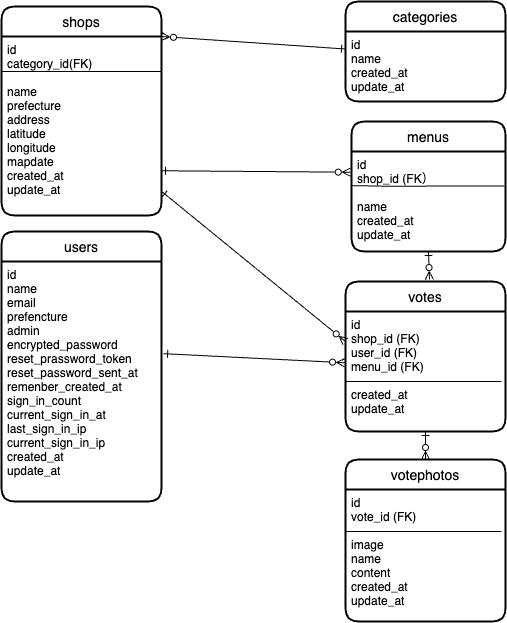
yuko-fu/jimoguru keeps this draw.io diagram as img/jimoguru.png. Above is the earlier version. Source tidied: cells renumbered, new cells last; positions are measured from the earlier drawing's top-left corner, leaving out a move shared by most shapes.
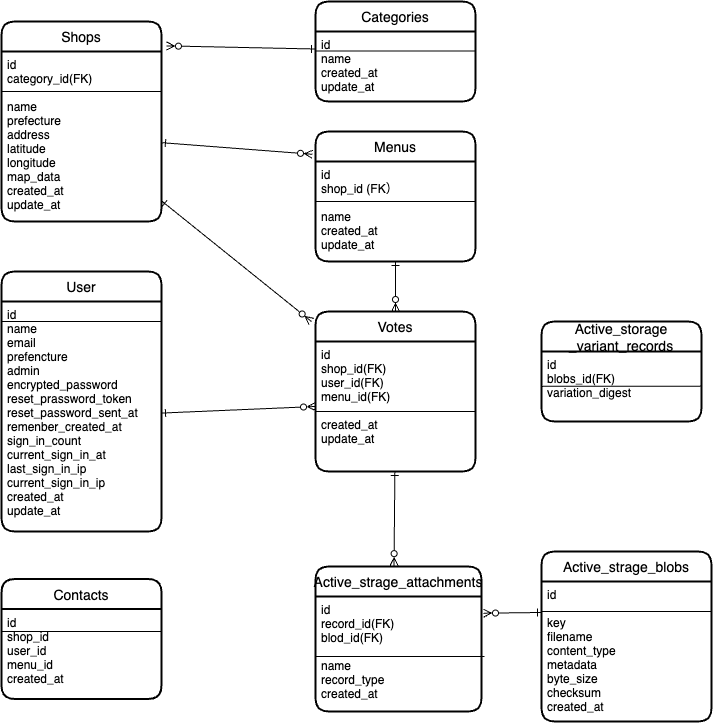
The same diagram one commit later.

Commit message:
before rspec

The edit, as a diff of the source:
```diff
@@ -2,90 +2,153 @@
   <root>
     <mxCell id="0" />
     <mxCell id="1" parent="0" />
-    <mxCell id="2" value="shops" style="swimlane;horizontal=1;startSize=30;rounded=1;fontSize=14;fontStyle=0;strokeWidth=2;shadow=0;dashed=0;align=center;" parent="1" vertex="1">
-      <mxGeometry y="5" width="160" height="209" as="geometry" />
-    </mxCell>
-    <mxCell id="3" style="endArrow=none;html=1;rounded=0;" parent="2" edge="1">
-      <mxGeometry relative="1" as="geometry">
-        <mxPoint y="65" as="sourcePoint" />
-        <mxPoint x="160" y="65" as="targetPoint" />
-      </mxGeometry>
-    </mxCell>
-    <mxCell id="4" value="id&#10;category_id(FK)&#10;&#10;name&#10;prefecture&#10;address&#10;latitude&#10;longitude&#10;mapdate&#10;created_at&#10;update_at" style="align=left;strokeColor=none;fillColor=none;spacingLeft=4;fontSize=12;verticalAlign=top;" parent="2" vertex="1">
-      <mxGeometry y="30" width="160" height="179" as="geometry" />
-    </mxCell>
-    <mxCell id="5" value="categories" style="swimlane;horizontal=1;startSize=30;rounded=1;fontSize=14;fontStyle=0;strokeWidth=2;shadow=0;dashed=0;align=center;" parent="1" vertex="1">
-      <mxGeometry x="344" width="160" height="100" as="geometry" />
-    </mxCell>
+    <mxCell id="24" value="Shops" style="swimlane;horizontal=1;startSize=30;rounded=1;fontSize=14;fontStyle=0;strokeWidth=2;shadow=0;dashed=0;align=center;" parent="1" vertex="1">
+      <mxGeometry x="30" width="160" height="200" as="geometry" />
+    </mxCell>
+    <mxCell id="25" value="id&#10;category_id(FK)&#10;&#10;name&#10;prefecture&#10;address&#10;latitude&#10;longitude&#10;map_data&#10;created_at&#10;update_at" style="align=left;strokeColor=none;fillColor=none;spacingLeft=4;fontSize=12;verticalAlign=top;" parent="24" vertex="1">
+      <mxGeometry y="30" width="160" height="170" as="geometry" />
+    </mxCell>
+    <mxCell id="26" style="endArrow=none;html=1;" parent="24" edge="1">
+      <mxGeometry relative="1" as="geometry">
+        <mxPoint y="70" as="sourcePoint" />
+        <mxPoint x="160" y="70" as="targetPoint" />
+        <Array as="points">
+          <mxPoint x="110" y="70" />
+        </Array>
+      </mxGeometry>
+    </mxCell>
+    <mxCell id="27" value="Categories" style="swimlane;horizontal=1;startSize=30;rounded=1;fontSize=14;fontStyle=0;strokeWidth=2;shadow=0;dashed=0;align=center;" parent="1" vertex="1">
+      <mxGeometry x="344" y="-20" width="160" height="100" as="geometry" />
+    </mxCell>
+    <mxCell id="28" style="endArrow=none;html=1;" parent="27" edge="1">
+      <mxGeometry relative="1" as="geometry">
+        <mxPoint y="49.5" as="sourcePoint" />
+        <mxPoint x="160" y="49.5" as="targetPoint" />
+        <Array as="points">
+          <mxPoint x="90" y="49.5" />
+        </Array>
+      </mxGeometry>
+    </mxCell>
-    <mxCell id="6" value="id&#10;name&#10;created_at&#10;update_at" style="align=left;strokeColor=none;fillColor=none;spacingLeft=4;fontSize=12;verticalAlign=top;" parent="5" vertex="1">
+    <mxCell id="6" value="id&#10;name&#10;created_at&#10;update_at" style="align=left;strokeColor=none;fillColor=none;spacingLeft=4;fontSize=12;verticalAlign=top;" parent="27" vertex="1">
       <mxGeometry y="30" width="160" height="70" as="geometry" />
     </mxCell>
-    <mxCell id="7" value="menus" style="swimlane;horizontal=1;startSize=30;rounded=1;fontSize=14;fontStyle=0;strokeWidth=2;shadow=0;dashed=0;align=center;" parent="1" vertex="1">
-      <mxGeometry x="350" y="120" width="154" height="130" as="geometry" />
-    </mxCell>
-    <mxCell id="8" style="endArrow=none;html=1;rounded=0;entryX=0.992;entryY=0.345;entryDx=0;entryDy=0;entryPerimeter=0;exitX=0.005;exitY=0.341;exitDx=0;exitDy=0;exitPerimeter=0;" parent="7" edge="1" source="9" target="9">
-      <mxGeometry relative="1" as="geometry">
-        <Array as="points">
-          <mxPoint x="34" y="64.7" />
-        </Array>
-      </mxGeometry>
-    </mxCell>
+    <mxCell id="29" value="Menus" style="swimlane;horizontal=1;startSize=30;rounded=1;fontSize=14;fontStyle=0;strokeWidth=2;shadow=0;dashed=0;align=center;" parent="1" vertex="1">
+      <mxGeometry x="344" y="110" width="160" height="130" as="geometry" />
+    </mxCell>
+    <mxCell id="30" style="endArrow=none;html=1;" parent="29" edge="1">
+      <mxGeometry relative="1" as="geometry">
+        <mxPoint y="70" as="sourcePoint" />
+        <mxPoint x="160" y="70" as="targetPoint" />
+      </mxGeometry>
+    </mxCell>
-    <mxCell id="9" value="id&#10;shop_id (FK）&#10;&#10;name&#10;created_at&#10;update_at" style="align=left;strokeColor=none;fillColor=none;spacingLeft=4;fontSize=12;verticalAlign=top;" parent="7" vertex="1">
-      <mxGeometry y="30" width="154" height="100" as="geometry" />
+    <mxCell id="9" value="id&#10;shop_id (FK）&#10;&#10;name&#10;created_at&#10;update_at" style="align=left;strokeColor=none;fillColor=none;spacingLeft=4;fontSize=12;verticalAlign=top;" parent="29" vertex="1">
+      <mxGeometry y="30" width="160" height="100" as="geometry" />
     </mxCell>
-    <mxCell id="10" value="users" style="swimlane;horizontal=1;startSize=30;rounded=1;fontSize=14;fontStyle=0;strokeWidth=2;shadow=0;dashed=0;align=center;" parent="1" vertex="1">
-      <mxGeometry y="230" width="160" height="270" as="geometry" />
-    </mxCell>
+    <mxCell id="31" value="User" style="swimlane;horizontal=1;startSize=30;rounded=1;fontSize=14;fontStyle=0;strokeWidth=2;shadow=0;dashed=0;align=center;" parent="1" vertex="1">
+      <mxGeometry x="30" y="250" width="160" height="260" as="geometry" />
+    </mxCell>
+    <mxCell id="32" style="endArrow=none;html=1;" parent="31" edge="1">
+      <mxGeometry relative="1" as="geometry">
+        <mxPoint y="50" as="sourcePoint" />
+        <mxPoint x="160" y="50" as="targetPoint" />
+        <Array as="points">
+          <mxPoint x="90" y="50" />
+        </Array>
+      </mxGeometry>
+    </mxCell>
-    <mxCell id="11" value="id&#10;name&#10;email&#10;prefencture&#10;admin&#10;encrypted_password&#10;reset_prassword_token&#10;reset_password_sent_at&#10;remenber_created_at&#10;sign_in_count&#10;current_sign_in_at&#10;last_sign_in_ip&#10;current_sign_in_ip&#10;created_at&#10;update_at&#10;" style="align=left;strokeColor=none;fillColor=none;spacingLeft=4;fontSize=12;verticalAlign=top;" parent="10" vertex="1">
-      <mxGeometry y="30" width="160" height="240" as="geometry" />
+    <mxCell id="11" value="id&#10;name&#10;email&#10;prefencture&#10;admin&#10;encrypted_password&#10;reset_prassword_token&#10;reset_password_sent_at&#10;remenber_created_at&#10;sign_in_count&#10;current_sign_in_at&#10;last_sign_in_ip&#10;current_sign_in_ip&#10;created_at&#10;update_at&#10;" style="align=left;strokeColor=none;fillColor=none;spacingLeft=4;fontSize=12;verticalAlign=top;" parent="31" vertex="1">
+      <mxGeometry y="30" width="160" height="230" as="geometry" />
     </mxCell>
-    <mxCell id="12" value="votes" style="swimlane;horizontal=1;startSize=30;rounded=1;fontSize=14;fontStyle=0;strokeWidth=2;shadow=0;dashed=0;align=center;" parent="1" vertex="1">
-      <mxGeometry x="344" y="280" width="160" height="150" as="geometry" />
-    </mxCell>
-    <mxCell id="13" value="id&#10;shop_id (FK)&#10;user_id (FK)&#10;menu_id (FK)&#10;&#10;created_at&#10;update_at" style="align=left;strokeColor=none;fillColor=none;spacingLeft=4;fontSize=12;verticalAlign=top;" parent="12" vertex="1">
-      <mxGeometry y="30" width="160" height="120" as="geometry" />
-    </mxCell>
-    <mxCell id="14" style="endArrow=none;html=1;rounded=0;" parent="12" edge="1">
-      <mxGeometry relative="1" as="geometry">
-        <mxPoint y="100" as="sourcePoint" />
-        <mxPoint x="156" y="100" as="targetPoint" />
-      </mxGeometry>
-    </mxCell>
-    <mxCell id="15" value="votephotos" style="swimlane;horizontal=1;startSize=30;rounded=1;fontSize=14;fontStyle=0;strokeWidth=2;shadow=0;dashed=0;align=center;" parent="1" vertex="1">
-      <mxGeometry x="344" y="458" width="160" height="162" as="geometry" />
-    </mxCell>
-    <mxCell id="16" style="endArrow=none;html=1;rounded=0;" parent="15" edge="1">
-      <mxGeometry relative="1" as="geometry">
-        <mxPoint y="72" as="sourcePoint" />
-        <mxPoint x="156" y="72" as="targetPoint" />
-      </mxGeometry>
-    </mxCell>
-    <mxCell id="17" value="id&#10;vote_id (FK)&#10;&#10;image&#10;name&#10;content&#10;created_at&#10;update_at" style="align=left;strokeColor=none;fillColor=none;spacingLeft=4;fontSize=12;verticalAlign=top;" parent="15" vertex="1">
-      <mxGeometry y="30" width="160" height="132" as="geometry" />
-    </mxCell>
-    <mxCell id="18" style="edgeStyle=none;html=1;startArrow=ERzeroToMany;startFill=0;endArrow=ERone;endFill=0;exitX=1;exitY=0;exitDx=0;exitDy=0;entryX=0;entryY=0.25;entryDx=0;entryDy=0;" parent="1" edge="1" source="4" target="6">
-      <mxGeometry relative="1" as="geometry" />
-    </mxCell>
-    <mxCell id="19" style="edgeStyle=none;html=1;entryX=-0.008;entryY=0.207;entryDx=0;entryDy=0;startArrow=ERone;startFill=0;endArrow=ERzeroToMany;endFill=0;exitX=1;exitY=0.75;exitDx=0;exitDy=0;entryPerimeter=0;" parent="1" edge="1" source="4" target="9">
-      <mxGeometry relative="1" as="geometry" />
-    </mxCell>
-    <mxCell id="20" style="edgeStyle=none;html=1;entryX=0;entryY=0.25;entryDx=0;entryDy=0;startArrow=ERone;startFill=0;endArrow=ERzeroToMany;endFill=0;" parent="1" edge="1" source="4" target="13">
-      <mxGeometry relative="1" as="geometry" />
-    </mxCell>
-    <mxCell id="21" style="edgeStyle=none;html=1;entryX=-0.006;entryY=0.427;entryDx=0;entryDy=0;startArrow=ERone;startFill=0;endArrow=ERzeroToMany;endFill=0;entryPerimeter=0;exitX=1.018;exitY=0.397;exitDx=0;exitDy=0;exitPerimeter=0;" parent="1" edge="1" source="11" target="13">
-      <mxGeometry relative="1" as="geometry" />
-    </mxCell>
-    <mxCell id="22" style="edgeStyle=none;html=1;startArrow=ERone;startFill=0;endArrow=ERzeroToMany;endFill=0;exitX=0.5;exitY=1;exitDx=0;exitDy=0;entryX=0.534;entryY=-0.015;entryDx=0;entryDy=0;entryPerimeter=0;" parent="1" edge="1" source="9">
-      <mxGeometry relative="1" as="geometry">
-        <mxPoint x="427.9" y="278" as="targetPoint" />
-      </mxGeometry>
-    </mxCell>
-    <mxCell id="23" style="edgeStyle=none;html=1;startArrow=ERone;startFill=0;endArrow=ERzeroToMany;endFill=0;entryX=0.5;entryY=0;entryDx=0;entryDy=0;" parent="1" edge="1" source="13" target="15">
-      <mxGeometry relative="1" as="geometry">
-        <Array as="points">
-          <mxPoint x="424" y="430" />
-        </Array>
-      </mxGeometry>
-    </mxCell>
+    <mxCell id="33" value="Votes" style="swimlane;horizontal=1;startSize=30;rounded=1;fontSize=14;fontStyle=0;strokeWidth=2;shadow=0;dashed=0;align=center;" parent="1" vertex="1">
+      <mxGeometry x="344" y="290" width="160" height="160" as="geometry" />
+    </mxCell>
+    <mxCell id="34" value="id&#10;shop_id(FK)&#10;user_id(FK)&#10;menu_id(FK)&#10;&#10;created_at&#10;update_at" style="align=left;strokeColor=none;fillColor=none;spacingLeft=4;fontSize=12;verticalAlign=top;" parent="33" vertex="1">
+      <mxGeometry y="30" width="160" height="130" as="geometry" />
+    </mxCell>
+    <mxCell id="35" style="endArrow=none;html=1;" parent="33" edge="1">
+      <mxGeometry relative="1" as="geometry">
+        <mxPoint y="100" as="sourcePoint" />
+        <mxPoint x="160" y="100" as="targetPoint" />
+      </mxGeometry>
+    </mxCell>
+    <mxCell id="36" value="Active_strage_attachments" style="swimlane;horizontal=1;startSize=30;rounded=1;fontSize=14;fontStyle=0;strokeWidth=2;shadow=0;dashed=0;align=center;" parent="1" vertex="1">
+      <mxGeometry x="344" y="545" width="166" height="145" as="geometry" />
+    </mxCell>
+    <mxCell id="37" style="endArrow=none;html=1;" parent="36" edge="1">
+      <mxGeometry relative="1" as="geometry">
+        <mxPoint x="-1" y="90" as="sourcePoint" />
+        <mxPoint x="169" y="90" as="targetPoint" />
+        <Array as="points">
+          <mxPoint x="79" y="90" />
+        </Array>
+      </mxGeometry>
+    </mxCell>
+    <mxCell id="38" value="id&#10;record_id(FK)&#10;blod_id(FK)&#10;&#10;name&#10;record_type&#10;created_at" style="align=left;strokeColor=none;fillColor=none;spacingLeft=4;fontSize=12;verticalAlign=top;" parent="36" vertex="1">
+      <mxGeometry y="30" width="166" height="115" as="geometry" />
+    </mxCell>
+    <mxCell id="39" style="edgeStyle=none;html=1;entryX=0;entryY=0.25;entryDx=0;entryDy=0;startArrow=ERzeroToMany;startFill=0;endArrow=ERone;endFill=0;exitX=1.031;exitY=0.122;exitDx=0;exitDy=0;exitPerimeter=0;" parent="1" edge="1" source="24" target="6">
+      <mxGeometry relative="1" as="geometry" />
+    </mxCell>
+    <mxCell id="40" style="edgeStyle=none;html=1;entryX=-0.019;entryY=0.175;entryDx=0;entryDy=0;entryPerimeter=0;startArrow=ERone;startFill=0;endArrow=ERzeroToMany;endFill=0;" parent="1" edge="1" source="25" target="29">
+      <mxGeometry relative="1" as="geometry" />
+    </mxCell>
+    <mxCell id="41" style="edgeStyle=none;html=1;startArrow=ERone;startFill=0;endArrow=ERzeroToMany;endFill=0;" parent="1" edge="1" source="25">
+      <mxGeometry relative="1" as="geometry">
+        <mxPoint x="340" y="300" as="targetPoint" />
+      </mxGeometry>
+    </mxCell>
+    <mxCell id="42" style="edgeStyle=none;html=1;entryX=0;entryY=0.5;entryDx=0;entryDy=0;startArrow=ERone;startFill=0;endArrow=ERzeroToMany;endFill=0;" parent="1" edge="1" source="11" target="34">
+      <mxGeometry relative="1" as="geometry" />
+    </mxCell>
+    <mxCell id="43" style="edgeStyle=none;html=1;startArrow=ERone;startFill=0;endArrow=ERzeroToMany;endFill=0;entryX=0.5;entryY=0;entryDx=0;entryDy=0;" parent="1" edge="1" source="9" target="33">
+      <mxGeometry relative="1" as="geometry" />
+    </mxCell>
+    <mxCell id="44" style="edgeStyle=none;html=1;entryX=0.473;entryY=-0.006;entryDx=0;entryDy=0;startArrow=ERone;startFill=0;endArrow=ERzeroToMany;endFill=0;entryPerimeter=0;" parent="1" edge="1" source="34" target="36">
+      <mxGeometry relative="1" as="geometry" />
+    </mxCell>
+    <mxCell id="45" value="Contacts" style="swimlane;horizontal=1;startSize=30;rounded=1;fontSize=14;fontStyle=0;strokeWidth=2;shadow=0;dashed=0;align=center;" parent="1" vertex="1">
+      <mxGeometry x="30" y="557.5" width="160" height="120" as="geometry" />
+    </mxCell>
+    <mxCell id="46" style="endArrow=none;html=1;" parent="45" edge="1">
+      <mxGeometry relative="1" as="geometry">
+        <mxPoint y="52.5" as="sourcePoint" />
+        <mxPoint x="160" y="52.5" as="targetPoint" />
+      </mxGeometry>
+    </mxCell>
+    <mxCell id="47" value="id&#10;shop_id&#10;user_id&#10;menu_id&#10;created_at" style="align=left;strokeColor=none;fillColor=none;spacingLeft=4;fontSize=12;verticalAlign=top;" parent="45" vertex="1">
+      <mxGeometry y="30" width="160" height="90" as="geometry" />
+    </mxCell>
+    <mxCell id="48" value="Active_strage_blobs" style="swimlane;horizontal=1;startSize=30;rounded=1;fontSize=14;fontStyle=0;strokeWidth=2;shadow=0;dashed=0;align=center;" parent="1" vertex="1">
+      <mxGeometry x="570" y="530" width="170" height="170" as="geometry" />
+    </mxCell>
+    <mxCell id="49" style="endArrow=none;html=1;" parent="48" edge="1">
+      <mxGeometry relative="1" as="geometry">
+        <mxPoint y="60" as="sourcePoint" />
+        <mxPoint x="170" y="60" as="targetPoint" />
+        <Array as="points">
+          <mxPoint x="80" y="60" />
+        </Array>
+      </mxGeometry>
+    </mxCell>
+    <mxCell id="50" value="id&#10;&#10;key&#10;filename&#10;content_type&#10;metadata&#10;byte_size&#10;checksum&#10;created_at" style="align=left;strokeColor=none;fillColor=none;spacingLeft=4;fontSize=12;verticalAlign=top;" parent="48" vertex="1">
+      <mxGeometry y="30" width="170" height="140" as="geometry" />
+    </mxCell>
+    <mxCell id="51" style="edgeStyle=none;html=1;startArrow=ERone;startFill=0;endArrow=ERzeroToMany;endFill=0;entryX=1.012;entryY=0.145;entryDx=0;entryDy=0;entryPerimeter=0;" parent="1" edge="1" target="38">
+      <mxGeometry relative="1" as="geometry">
+        <mxPoint x="570" y="591" as="sourcePoint" />
+      </mxGeometry>
+    </mxCell>
+    <mxCell id="52" value="Active_storage&#10;_variant_records" style="swimlane;horizontal=1;startSize=30;rounded=1;fontSize=14;fontStyle=0;strokeWidth=2;shadow=0;dashed=0;align=center;" parent="1" vertex="1">
+      <mxGeometry x="570" y="300" width="160" height="100" as="geometry" />
+    </mxCell>
+    <mxCell id="53" style="endArrow=none;html=1;" parent="52" edge="1">
+      <mxGeometry relative="1" as="geometry">
+        <mxPoint y="64.6" as="sourcePoint" />
+        <mxPoint x="160" y="64.6" as="targetPoint" />
+      </mxGeometry>
+    </mxCell>
+    <mxCell id="54" value="id&#10;blobs_id(FK)&#10;variation_digest" style="align=left;strokeColor=none;fillColor=none;spacingLeft=4;fontSize=12;verticalAlign=top;" parent="52" vertex="1">
+      <mxGeometry y="30" width="160" height="70" as="geometry" />
+    </mxCell>
   </root>
 </mxGraphModel>
```
